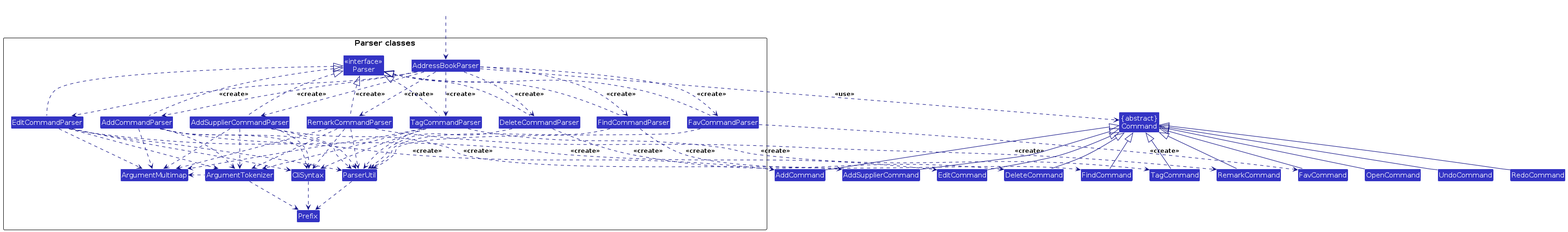
Before: diagrams/ParserClasses.png, a diagram exported from PlantUML (ongjiacheng/tp). Its source is kept beside it as diagrams/ParserClasses.puml.
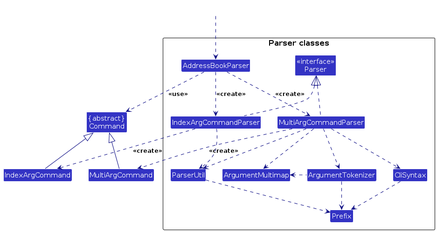
Above is the later version.

The edit, as a diff of the source:
```diff
@@ -6,30 +6,15 @@
 
 Class "{abstract}\nCommand" as Command
 
-Class AddCommand
-Class AddSupplierCommand
-Class EditCommand
-Class DeleteCommand
-Class FindCommand
-Class TagCommand
-Class OpenCommand
-Class UndoCommand
-Class RedoCommand
-Class RemarkCommand
-Class FavCommand
+Class MultiArgCommand
+Class IndexArgCommand
 
 package "Parser classes" {
   Class "<<interface>>\nParser" as Parser
   Class AddressBookParser
 
-  Class AddCommandParser
-  Class AddSupplierCommandParser
-  Class EditCommandParser
-  Class DeleteCommandParser
-  Class FindCommandParser
-  Class TagCommandParser
-  Class RemarkCommandParser
-  Class FavCommandParser
+  Class MultiArgCommandParser
+  Class IndexArgCommandParser
 
   Class CliSyntax
   Class ParserUtil
@@ -41,80 +26,31 @@
 Class HiddenOutside #FFFFFF
 HiddenOutside ..> AddressBookParser
 
-AddressBookParser .down.> AddCommandParser : <<create>>
-AddressBookParser .down.> AddSupplierCommandParser : <<create>>
-AddressBookParser .down.> EditCommandParser : <<create>>
-AddressBookParser .down.> DeleteCommandParser : <<create>>
-AddressBookParser .down.> FindCommandParser : <<create>>
-AddressBookParser .down.> TagCommandParser : <<create>>
-AddressBookParser .down.> RemarkCommandParser : <<create>>
-AddressBookParser .down.> FavCommandParser : <<create>>
+AddressBookParser .down.> MultiArgCommandParser : <<create>>
+AddressBookParser .down.> IndexArgCommandParser : <<create>>
 
 AddressBookParser ..> Command : <<use>>
 
-AddCommandParser ..> AddCommand : <<create>>
-AddSupplierCommandParser ..> AddSupplierCommand : <<create>>
-EditCommandParser ..> EditCommand : <<create>>
-DeleteCommandParser ..> DeleteCommand : <<create>>
-FindCommandParser ..> FindCommand : <<create>>
-TagCommandParser ..> TagCommand : <<create>>
-RemarkCommandParser ..> RemarkCommand : <<create>>
-FavCommandParser ..> FavCommand : <<create>>
+MultiArgCommandParser ..> MultiArgCommand : <<create>>
+IndexArgCommandParser ..> IndexArgCommand : <<create>>
 
-AddCommandParser .up.|> Parser
-AddSupplierCommandParser .up.|> Parser
-EditCommandParser .up.|> Parser
-DeleteCommandParser .up.|> Parser
-FindCommandParser .up.|> Parser
-TagCommandParser .up.|> Parser
-RemarkCommandParser .up.|> Parser
-FavCommandParser .up.|> Parser
+MultiArgCommandParser .up.|> Parser
+IndexArgCommandParser .up.|> Parser
 
-AddCommandParser ..> ArgumentMultimap
-AddCommandParser ..> ArgumentTokenizer
-AddCommandParser ..> CliSyntax
-AddCommandParser ..> ParserUtil
 
-AddSupplierCommandParser ..> ArgumentMultimap
-AddSupplierCommandParser ..> ArgumentTokenizer
-AddSupplierCommandParser ..> CliSyntax
-AddSupplierCommandParser ..> ParserUtil
+MultiArgCommandParser ..> ArgumentMultimap
+MultiArgCommandParser ..> ArgumentTokenizer
+MultiArgCommandParser ..> CliSyntax
+MultiArgCommandParser ..> ParserUtil
 
-EditCommandParser ..> ArgumentMultimap
-EditCommandParser ..> ArgumentTokenizer
-EditCommandParser ..> CliSyntax
-EditCommandParser ..> ParserUtil
-
-DeleteCommandParser ..> ParserUtil
-FindCommandParser ..> ParserUtil
-
-TagCommandParser ..> ArgumentMultimap
-TagCommandParser ..> ArgumentTokenizer
-TagCommandParser ..> CliSyntax
-TagCommandParser ..> ParserUtil
-
-RemarkCommandParser ..> ArgumentMultimap
-RemarkCommandParser ..> ArgumentTokenizer
-RemarkCommandParser ..> CliSyntax
-RemarkCommandParser ..> ParserUtil
-
-FavCommandParser ..> ParserUtil
+IndexArgCommandParser ..> ParserUtil
 
 ArgumentTokenizer .left.> ArgumentMultimap
 CliSyntax ..> Prefix
 ParserUtil .down.> Prefix
 ArgumentTokenizer .down.> Prefix
 
-AddCommand -up-|> Command
-AddSupplierCommand -up-|> Command
-EditCommand -up-|> Command
-DeleteCommand -up-|> Command
-FindCommand -up-|> Command
-TagCommand -up-|> Command
-OpenCommand -up-|> Command
-UndoCommand -up-|> Command
-RedoCommand -up-|> Command
-RemarkCommand -up-|> Command
-FavCommand -up-|> Command
+MultiArgCommand -up-|> Command
+IndexArgCommand -up-|> Command
 
 @enduml
```
